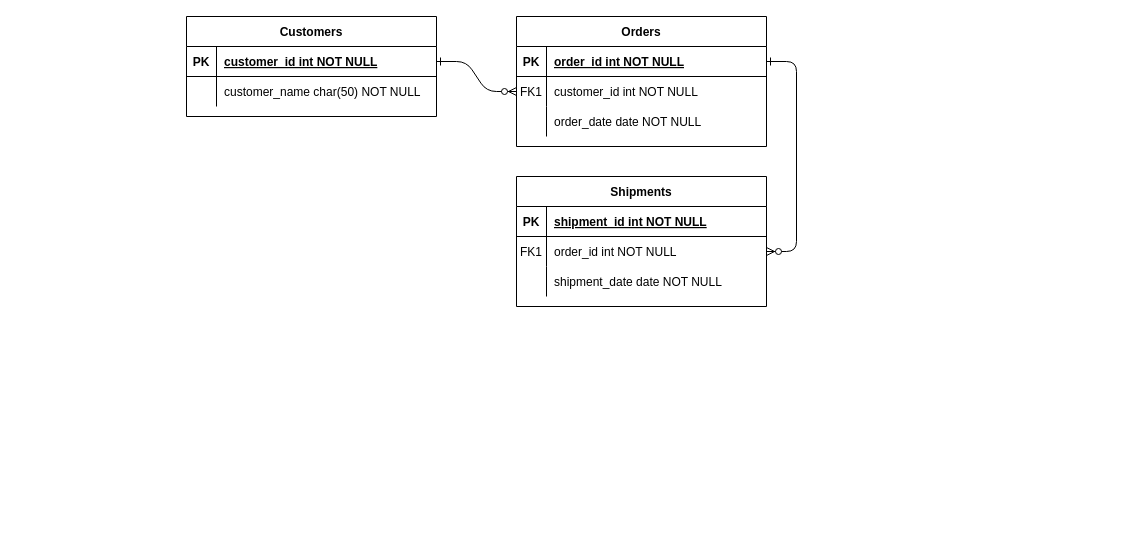
Above: docs/ERD.drawio in JohnTol322/MatchMyMovie (draw.io), before the change. Source tidied: cells renumbered, new cells numbered last; positions are measured from the earlier drawing's top-left corner, leaving out a move shared by most shapes. Both pictures are drawn from the tidied source at 100%, with x=0, y=0 at pixel (186, 16).
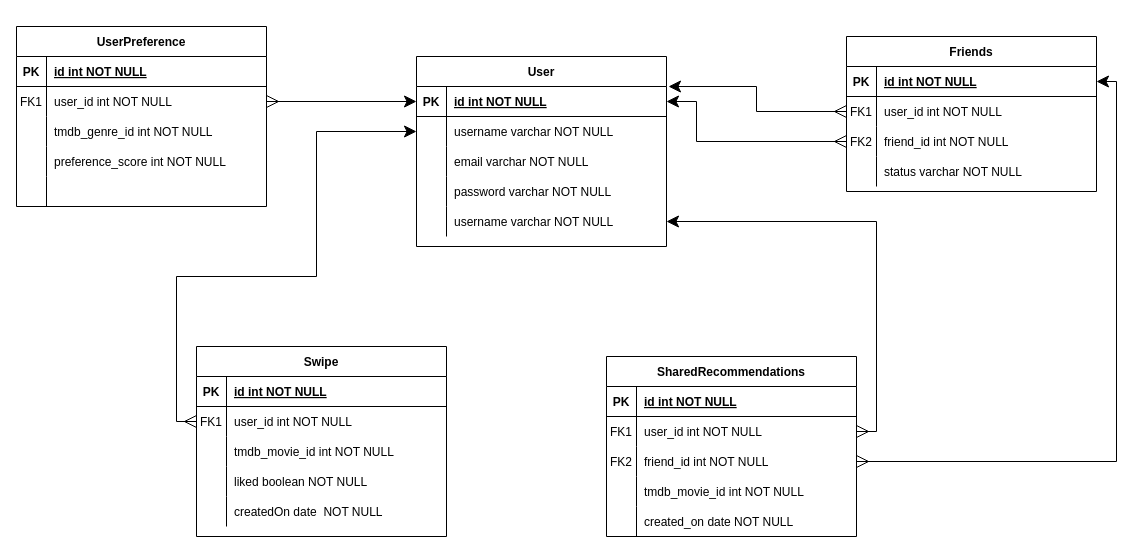
After the change.

Commit message (it also covers changes not shown here):
#23 - Added ERD that describes what the database should look like

The change refers to these unchanged cells:
```xml
<mxCell id="5" style="shape=partialRectangle;fillColor=none;points=[[0,0.5],[1,0.5]];portConstraint=eastwest;top=0;left=0;right=0;bottom=1;" parent="4" vertex="1">
  <mxGeometry y="30" width="250" height="30" as="geometry" />
</mxCell>
<mxCell id="8" style="shape=partialRectangle;fillColor=none;points=[[0,0.5],[1,0.5]];portConstraint=eastwest;top=0;left=0;right=0;bottom=0;" parent="4" vertex="1">
  <mxGeometry y="60" width="250" height="30" as="geometry" />
</mxCell>
<mxCell id="11" style="shape=partialRectangle;fillColor=none;points=[[0,0.5],[1,0.5]];portConstraint=eastwest;top=0;left=0;right=0;bottom=0;" parent="4" vertex="1">
  <mxGeometry y="90" width="250" height="30" as="geometry" />
</mxCell>
<mxCell id="15" style="shape=partialRectangle;fillColor=none;top=0;left=0;right=0;bottom=1;" parent="14" vertex="1">
  <mxGeometry y="30" width="250" height="30" as="geometry" />
</mxCell>
<mxCell id="18" style="shape=partialRectangle;fillColor=none;points=[[0,0.5],[1,0.5]];portConstraint=eastwest;top=0;left=0;right=0;bottom=0;" parent="14" vertex="1">
  <mxGeometry y="60" width="250" height="30" as="geometry" />
</mxCell>
<mxCell id="21" style="shape=partialRectangle;fillColor=none;points=[[0,0.5],[1,0.5]];portConstraint=eastwest;top=0;left=0;right=0;bottom=0;" parent="14" vertex="1">
  <mxGeometry y="90" width="250" height="30" as="geometry" />
</mxCell>
<mxCell id="25" style="shape=partialRectangle;fillColor=none;points=[[0,0.5],[1,0.5]];portConstraint=eastwest;top=0;left=0;right=0;bottom=1;" parent="24" vertex="1">
  <mxGeometry y="30" width="250" height="30" as="geometry" />
</mxCell>
<mxCell id="28" style="shape=partialRectangle;fillColor=none;points=[[0,0.5],[1,0.5]];portConstraint=eastwest;top=0;left=0;right=0;bottom=0;" parent="24" vertex="1">
  <mxGeometry y="60" width="250" height="30" as="geometry" />
</mxCell>
```

Change to the diagram source:
```diff
@@
-    <mxCell id="2" style="edgeStyle=entityRelationEdgeStyle;endArrow=ERzeroToMany;startArrow=ERone;endFill=1;startFill=0;" parent="1" edge="1" source="25" target="8">
-      <mxGeometry relative="1" as="geometry" />
-    </mxCell>
-    <mxCell id="3" style="edgeStyle=entityRelationEdgeStyle;endArrow=ERzeroToMany;startArrow=ERone;endFill=1;startFill=0;" parent="1" edge="1" source="5" target="18">
-      <mxGeometry relative="1" as="geometry" />
-    </mxCell>
-    <mxCell id="4" value="Orders" style="shape=table;startSize=30;childLayout=tableLayout;rowLines=0;fontStyle=1;align=center;" parent="1" vertex="1">
-      <mxGeometry x="330" width="250" height="130" as="geometry" />
+    <mxCell id="4" value="Friends" style="shape=table;startSize=30;childLayout=tableLayout;rowLines=0;fontStyle=1;align=center;" parent="1" vertex="1">
+      <mxGeometry x="660" y="20" width="250" height="155" as="geometry" />
     </mxCell>
@@
-    <mxCell id="7" value="order_id int NOT NULL " style="shape=partialRectangle;overflow=hidden;fillColor=none;top=0;left=0;bottom=0;right=0;align=left;spacingLeft=6;fontStyle=5;" parent="5" vertex="1">
+    <mxCell id="7" value="id int NOT NULL " style="shape=partialRectangle;overflow=hidden;fillColor=none;top=0;left=0;bottom=0;right=0;align=left;spacingLeft=6;fontStyle=5;" parent="5" vertex="1">
       <mxGeometry x="30" width="220" height="30" as="geometry" />
     </mxCell>
@@
-    <mxCell id="10" value="customer_id int NOT NULL" style="shape=partialRectangle;overflow=hidden;fillColor=none;top=0;left=0;bottom=0;right=0;align=left;spacingLeft=6;" parent="8" vertex="1">
+    <mxCell id="10" value="user_id int NOT NULL    " style="shape=partialRectangle;overflow=hidden;fillColor=none;top=0;left=0;bottom=0;right=0;align=left;spacingLeft=6;" parent="8" vertex="1">
       <mxGeometry x="30" width="220" height="30" as="geometry" />
     </mxCell>
@@
-    <mxCell id="12" style="shape=partialRectangle;overflow=hidden;fillColor=none;top=0;left=0;bottom=0;right=0;" parent="11" vertex="1">
+    <mxCell id="12" value="FK2" style="shape=partialRectangle;overflow=hidden;fillColor=none;top=0;left=0;bottom=0;right=0;" parent="11" vertex="1">
       <mxGeometry width="30" height="30" as="geometry" />
     </mxCell>
-    <mxCell id="13" value="order_date date NOT NULL" style="shape=partialRectangle;overflow=hidden;fillColor=none;top=0;left=0;bottom=0;right=0;align=left;spacingLeft=6;" parent="11" vertex="1">
+    <mxCell id="13" value="friend_id int NOT NULL" style="shape=partialRectangle;overflow=hidden;fillColor=none;top=0;left=0;bottom=0;right=0;align=left;spacingLeft=6;" parent="11" vertex="1">
       <mxGeometry x="30" width="220" height="30" as="geometry" />
     </mxCell>
+    <mxCell id="31" style="shape=partialRectangle;fillColor=none;top=0;left=0;right=0;bottom=0;" parent="4" vertex="1">
+      <mxGeometry y="120" width="250" height="30" as="geometry" />
+    </mxCell>
+    <mxCell id="32" style="shape=partialRectangle;overflow=hidden;fillColor=none;top=0;left=0;bottom=0;right=0;" parent="31" vertex="1">
+      <mxGeometry width="30" height="30" as="geometry" />
+    </mxCell>
+    <mxCell id="33" value="status varchar NOT NULL" style="shape=partialRectangle;overflow=hidden;fillColor=none;top=0;left=0;bottom=0;right=0;align=left;spacingLeft=6;" parent="31" vertex="1">
+      <mxGeometry x="30" width="220" height="30" as="geometry" />
+    </mxCell>
-    <mxCell id="14" value="Shipments" style="shape=table;startSize=30;childLayout=tableLayout;rowLines=0;fontStyle=1;align=center;" parent="1" vertex="1">
-      <mxGeometry x="330" y="160" width="250" height="130" as="geometry" />
+    <mxCell id="14" value="SharedRecommendations" style="shape=table;startSize=30;childLayout=tableLayout;rowLines=0;fontStyle=1;align=center;" parent="1" vertex="1">
+      <mxGeometry x="420" y="340" width="250" height="180" as="geometry" />
     </mxCell>
@@
-    <mxCell id="17" value="shipment_id int NOT NULL " style="shape=partialRectangle;overflow=hidden;fillColor=none;top=0;left=0;bottom=0;right=0;align=left;spacingLeft=6;fontStyle=5;" parent="15" vertex="1">
+    <mxCell id="17" value="id int NOT NULL " style="shape=partialRectangle;overflow=hidden;fillColor=none;top=0;left=0;bottom=0;right=0;align=left;spacingLeft=6;fontStyle=5;" parent="15" vertex="1">
       <mxGeometry x="30" width="220" height="30" as="geometry" />
     </mxCell>
@@
-    <mxCell id="20" value="order_id int NOT NULL" style="shape=partialRectangle;overflow=hidden;fillColor=none;top=0;left=0;bottom=0;right=0;align=left;spacingLeft=6;" parent="18" vertex="1">
+    <mxCell id="20" value="user_id int NOT NULL" style="shape=partialRectangle;overflow=hidden;fillColor=none;top=0;left=0;bottom=0;right=0;align=left;spacingLeft=6;" parent="18" vertex="1">
       <mxGeometry x="30" width="220" height="30" as="geometry" />
     </mxCell>
@@
-    <mxCell id="22" style="shape=partialRectangle;overflow=hidden;fillColor=none;top=0;left=0;bottom=0;right=0;" parent="21" vertex="1">
+    <mxCell id="22" value="FK2" style="shape=partialRectangle;overflow=hidden;fillColor=none;top=0;left=0;bottom=0;right=0;" parent="21" vertex="1">
       <mxGeometry width="30" height="30" as="geometry" />
     </mxCell>
-    <mxCell id="23" value="shipment_date date NOT NULL" style="shape=partialRectangle;overflow=hidden;fillColor=none;top=0;left=0;bottom=0;right=0;align=left;spacingLeft=6;" parent="21" vertex="1">
+    <mxCell id="23" value="friend_id int NOT NULL" style="shape=partialRectangle;overflow=hidden;fillColor=none;top=0;left=0;bottom=0;right=0;align=left;spacingLeft=6;" parent="21" vertex="1">
       <mxGeometry x="30" width="220" height="30" as="geometry" />
     </mxCell>
+    <mxCell id="34" style="shape=partialRectangle;fillColor=none;top=0;left=0;right=0;bottom=0;" parent="14" vertex="1">
+      <mxGeometry y="120" width="250" height="30" as="geometry" />
+    </mxCell>
+    <mxCell id="35" style="shape=partialRectangle;overflow=hidden;fillColor=none;top=0;left=0;bottom=0;right=0;" parent="34" vertex="1">
+      <mxGeometry width="30" height="30" as="geometry" />
+    </mxCell>
+    <mxCell id="36" value="tmdb_movie_id int NOT NULL" style="shape=partialRectangle;overflow=hidden;fillColor=none;top=0;left=0;bottom=0;right=0;align=left;spacingLeft=6;" parent="34" vertex="1">
+      <mxGeometry x="30" width="220" height="30" as="geometry" />
+    </mxCell>
+    <mxCell id="37" style="shape=partialRectangle;fillColor=none;top=0;left=0;right=0;bottom=0;" parent="14" vertex="1">
+      <mxGeometry y="150" width="250" height="30" as="geometry" />
+    </mxCell>
+    <mxCell id="38" style="shape=partialRectangle;overflow=hidden;fillColor=none;top=0;left=0;bottom=0;right=0;" parent="37" vertex="1">
+      <mxGeometry width="30" height="30" as="geometry" />
+    </mxCell>
+    <mxCell id="39" value="created_on date NOT NULL" style="shape=partialRectangle;overflow=hidden;fillColor=none;top=0;left=0;bottom=0;right=0;align=left;spacingLeft=6;" parent="37" vertex="1">
+      <mxGeometry x="30" width="220" height="30" as="geometry" />
+    </mxCell>
+    <mxCell id="40" style="edgeStyle=orthogonalEdgeStyle;rounded=0;jettySize=auto;html=1;exitX=1.008;exitY=0.158;exitDx=0;exitDy=0;entryX=0;entryY=0.5;entryDx=0;entryDy=0;exitPerimeter=0;startArrow=classic;startFill=1;endArrow=ERmany;endFill=0;endSize=10;startSize=10;" parent="1" edge="1" source="24" target="8">
+      <mxGeometry relative="1" as="geometry" />
+    </mxCell>
-    <mxCell id="24" value="Customers" style="shape=table;startSize=30;childLayout=tableLayout;rowLines=0;fontStyle=1;align=center;" parent="1" vertex="1">
-      <mxGeometry width="250" height="100" as="geometry" />
+    <mxCell id="24" value="User" style="shape=table;startSize=30;childLayout=tableLayout;rowLines=0;fontStyle=1;align=center;" parent="1" vertex="1">
+      <mxGeometry x="230" y="40" width="250" height="190" as="geometry" />
     </mxCell>
@@
-    <mxCell id="27" value="customer_id int NOT NULL " style="shape=partialRectangle;overflow=hidden;fillColor=none;top=0;left=0;bottom=0;right=0;align=left;spacingLeft=6;fontStyle=5;" parent="25" vertex="1">
+    <mxCell id="27" value="id int NOT NULL " style="shape=partialRectangle;overflow=hidden;fillColor=none;top=0;left=0;bottom=0;right=0;align=left;spacingLeft=6;fontStyle=5;" parent="25" vertex="1">
       <mxGeometry x="30" width="220" height="30" as="geometry" />
     </mxCell>
@@
-    <mxCell id="30" value="customer_name char(50) NOT NULL" style="shape=partialRectangle;overflow=hidden;fillColor=none;top=0;left=0;bottom=0;right=0;align=left;spacingLeft=6;" parent="28" vertex="1">
+    <mxCell id="30" value="username varchar NOT NULL" style="shape=partialRectangle;overflow=hidden;fillColor=none;top=0;left=0;bottom=0;right=0;align=left;spacingLeft=6;" parent="28" vertex="1">
       <mxGeometry x="30" width="220" height="30" as="geometry" />
     </mxCell>
+    <mxCell id="41" style="shape=partialRectangle;fillColor=none;top=0;left=0;right=0;bottom=0;" parent="24" vertex="1">
+      <mxGeometry y="90" width="250" height="30" as="geometry" />
+    </mxCell>
+    <mxCell id="42" style="shape=partialRectangle;overflow=hidden;fillColor=none;top=0;left=0;bottom=0;right=0;" parent="41" vertex="1">
+      <mxGeometry width="30" height="30" as="geometry" />
+    </mxCell>
+    <mxCell id="43" value="email varchar NOT NULL" style="shape=partialRectangle;overflow=hidden;fillColor=none;top=0;left=0;bottom=0;right=0;align=left;spacingLeft=6;" parent="41" vertex="1">
+      <mxGeometry x="30" width="220" height="30" as="geometry" />
+    </mxCell>
+    <mxCell id="44" style="shape=partialRectangle;fillColor=none;top=0;left=0;right=0;bottom=0;" parent="24" vertex="1">
+      <mxGeometry y="120" width="250" height="30" as="geometry" />
+    </mxCell>
+    <mxCell id="45" style="shape=partialRectangle;overflow=hidden;fillColor=none;top=0;left=0;bottom=0;right=0;" parent="44" vertex="1">
+      <mxGeometry width="30" height="30" as="geometry" />
+    </mxCell>
+    <mxCell id="46" value="password varchar NOT NULL" style="shape=partialRectangle;overflow=hidden;fillColor=none;top=0;left=0;bottom=0;right=0;align=left;spacingLeft=6;" parent="44" vertex="1">
+      <mxGeometry x="30" width="220" height="30" as="geometry" />
+    </mxCell>
+    <mxCell id="47" style="shape=partialRectangle;fillColor=none;points=[[0,0.5],[1,0.5]];portConstraint=eastwest;top=0;left=0;right=0;bottom=0;" parent="24" vertex="1">
+      <mxGeometry y="150" width="250" height="30" as="geometry" />
+    </mxCell>
+    <mxCell id="48" style="shape=partialRectangle;overflow=hidden;fillColor=none;top=0;left=0;bottom=0;right=0;" parent="47" vertex="1">
+      <mxGeometry width="30" height="30" as="geometry" />
+    </mxCell>
+    <mxCell id="49" value="username varchar NOT NULL" style="shape=partialRectangle;overflow=hidden;fillColor=none;top=0;left=0;bottom=0;right=0;align=left;spacingLeft=6;" parent="47" vertex="1">
+      <mxGeometry x="30" width="220" height="30" as="geometry" />
+    </mxCell>
+    <mxCell id="50" value="UserPreference" style="shape=table;startSize=30;childLayout=tableLayout;rowLines=0;fontStyle=1;align=center;" parent="1" vertex="1">
+      <mxGeometry x="-170" y="10" width="250" height="180" as="geometry" />
+    </mxCell>
+    <mxCell id="51" style="shape=partialRectangle;fillColor=none;top=0;left=0;right=0;bottom=1;" parent="50" vertex="1">
+      <mxGeometry y="30" width="250" height="30" as="geometry" />
+    </mxCell>
+    <mxCell id="52" value="PK" style="shape=partialRectangle;overflow=hidden;fillColor=none;top=0;left=0;bottom=0;right=0;fontStyle=1;" parent="51" vertex="1">
+      <mxGeometry width="30" height="30" as="geometry" />
+    </mxCell>
+    <mxCell id="53" value="id int NOT NULL " style="shape=partialRectangle;overflow=hidden;fillColor=none;top=0;left=0;bottom=0;right=0;align=left;spacingLeft=6;fontStyle=5;" parent="51" vertex="1">
+      <mxGeometry x="30" width="220" height="30" as="geometry" />
+    </mxCell>
+    <mxCell id="54" style="shape=partialRectangle;fillColor=none;points=[[0,0.5],[1,0.5]];portConstraint=eastwest;top=0;left=0;right=0;bottom=0;" parent="50" vertex="1">
+      <mxGeometry y="60" width="250" height="30" as="geometry" />
+    </mxCell>
+    <mxCell id="55" value="FK1" style="shape=partialRectangle;overflow=hidden;fillColor=none;top=0;left=0;bottom=0;right=0;" parent="54" vertex="1">
+      <mxGeometry width="30" height="30" as="geometry" />
+    </mxCell>
+    <mxCell id="56" value="user_id int NOT NULL" style="shape=partialRectangle;overflow=hidden;fillColor=none;top=0;left=0;bottom=0;right=0;align=left;spacingLeft=6;" parent="54" vertex="1">
+      <mxGeometry x="30" width="220" height="30" as="geometry" />
+    </mxCell>
+    <mxCell id="57" style="shape=partialRectangle;fillColor=none;top=0;left=0;right=0;bottom=0;" parent="50" vertex="1">
+      <mxGeometry y="90" width="250" height="30" as="geometry" />
+    </mxCell>
+    <mxCell id="58" style="shape=partialRectangle;overflow=hidden;fillColor=none;top=0;left=0;bottom=0;right=0;" parent="57" vertex="1">
+      <mxGeometry width="30" height="30" as="geometry" />
+    </mxCell>
+    <mxCell id="59" value="tmdb_genre_id int NOT NULL" style="shape=partialRectangle;overflow=hidden;fillColor=none;top=0;left=0;bottom=0;right=0;align=left;spacingLeft=6;" parent="57" vertex="1">
+      <mxGeometry x="30" width="220" height="30" as="geometry" />
+    </mxCell>
+    <mxCell id="60" style="shape=partialRectangle;fillColor=none;top=0;left=0;right=0;bottom=0;" parent="50" vertex="1">
+      <mxGeometry y="120" width="250" height="30" as="geometry" />
+    </mxCell>
+    <mxCell id="61" style="shape=partialRectangle;overflow=hidden;fillColor=none;top=0;left=0;bottom=0;right=0;" parent="60" vertex="1">
+      <mxGeometry width="30" height="30" as="geometry" />
+    </mxCell>
+    <mxCell id="62" value="preference_score int NOT NULL" style="shape=partialRectangle;overflow=hidden;fillColor=none;top=0;left=0;bottom=0;right=0;align=left;spacingLeft=6;" parent="60" vertex="1">
+      <mxGeometry x="30" width="220" height="30" as="geometry" />
+    </mxCell>
+    <mxCell id="63" style="shape=partialRectangle;fillColor=none;top=0;left=0;right=0;bottom=0;" parent="50" vertex="1">
+      <mxGeometry y="150" width="250" height="30" as="geometry" />
+    </mxCell>
+    <mxCell id="64" style="shape=partialRectangle;overflow=hidden;fillColor=none;top=0;left=0;bottom=0;right=0;" parent="63" vertex="1">
+      <mxGeometry width="30" height="30" as="geometry" />
+    </mxCell>
+    <mxCell id="65" style="shape=partialRectangle;overflow=hidden;fillColor=none;top=0;left=0;bottom=0;right=0;align=left;spacingLeft=6;" parent="63" vertex="1">
+      <mxGeometry x="30" width="220" height="30" as="geometry" />
+    </mxCell>
+    <mxCell id="66" value="Swipe" style="shape=table;startSize=30;childLayout=tableLayout;rowLines=0;fontStyle=1;align=center;" parent="1" vertex="1">
+      <mxGeometry x="10" y="330" width="250" height="190" as="geometry" />
+    </mxCell>
+    <mxCell id="67" style="shape=partialRectangle;fillColor=none;top=0;left=0;right=0;bottom=1;" parent="66" vertex="1">
+      <mxGeometry y="30" width="250" height="30" as="geometry" />
+    </mxCell>
+    <mxCell id="68" value="PK" style="shape=partialRectangle;overflow=hidden;fillColor=none;top=0;left=0;bottom=0;right=0;fontStyle=1;" parent="67" vertex="1">
+      <mxGeometry width="30" height="30" as="geometry" />
+    </mxCell>
+    <mxCell id="69" value="id int NOT NULL " style="shape=partialRectangle;overflow=hidden;fillColor=none;top=0;left=0;bottom=0;right=0;align=left;spacingLeft=6;fontStyle=5;" parent="67" vertex="1">
+      <mxGeometry x="30" width="220" height="30" as="geometry" />
+    </mxCell>
+    <mxCell id="70" style="shape=partialRectangle;fillColor=none;points=[[0,0.5],[1,0.5]];portConstraint=eastwest;top=0;left=0;right=0;bottom=0;" parent="66" vertex="1">
+      <mxGeometry y="60" width="250" height="30" as="geometry" />
+    </mxCell>
+    <mxCell id="71" value="FK1" style="shape=partialRectangle;overflow=hidden;fillColor=none;top=0;left=0;bottom=0;right=0;" parent="70" vertex="1">
+      <mxGeometry width="30" height="30" as="geometry" />
+    </mxCell>
+    <mxCell id="72" value="user_id int NOT NULL" style="shape=partialRectangle;overflow=hidden;fillColor=none;top=0;left=0;bottom=0;right=0;align=left;spacingLeft=6;" parent="70" vertex="1">
+      <mxGeometry x="30" width="220" height="30" as="geometry" />
+    </mxCell>
+    <mxCell id="73" style="shape=partialRectangle;fillColor=none;top=0;left=0;right=0;bottom=0;" parent="66" vertex="1">
+      <mxGeometry y="90" width="250" height="30" as="geometry" />
+    </mxCell>
+    <mxCell id="74" style="shape=partialRectangle;overflow=hidden;fillColor=none;top=0;left=0;bottom=0;right=0;" parent="73" vertex="1">
+      <mxGeometry width="30" height="30" as="geometry" />
+    </mxCell>
+    <mxCell id="75" value="tmdb_movie_id int NOT NULL" style="shape=partialRectangle;overflow=hidden;fillColor=none;top=0;left=0;bottom=0;right=0;align=left;spacingLeft=6;" parent="73" vertex="1">
+      <mxGeometry x="30" width="220" height="30" as="geometry" />
+    </mxCell>
+    <mxCell id="76" style="shape=partialRectangle;fillColor=none;top=0;left=0;right=0;bottom=0;" parent="66" vertex="1">
+      <mxGeometry y="120" width="250" height="30" as="geometry" />
+    </mxCell>
+    <mxCell id="77" style="shape=partialRectangle;overflow=hidden;fillColor=none;top=0;left=0;bottom=0;right=0;" parent="76" vertex="1">
+      <mxGeometry width="30" height="30" as="geometry" />
+    </mxCell>
+    <mxCell id="78" value="liked boolean NOT NULL" style="shape=partialRectangle;overflow=hidden;fillColor=none;top=0;left=0;bottom=0;right=0;align=left;spacingLeft=6;" parent="76" vertex="1">
+      <mxGeometry x="30" width="220" height="30" as="geometry" />
+    </mxCell>
+    <mxCell id="79" style="shape=partialRectangle;fillColor=none;top=0;left=0;right=0;bottom=0;" parent="66" vertex="1">
+      <mxGeometry y="150" width="250" height="30" as="geometry" />
+    </mxCell>
+    <mxCell id="80" style="shape=partialRectangle;overflow=hidden;fillColor=none;top=0;left=0;bottom=0;right=0;" parent="79" vertex="1">
+      <mxGeometry width="30" height="30" as="geometry" />
+    </mxCell>
+    <mxCell id="81" value="createdOn date  NOT NULL" style="shape=partialRectangle;overflow=hidden;fillColor=none;top=0;left=0;bottom=0;right=0;align=left;spacingLeft=6;" parent="79" vertex="1">
+      <mxGeometry x="30" width="220" height="30" as="geometry" />
+    </mxCell>
+    <mxCell id="82" style="edgeStyle=orthogonalEdgeStyle;rounded=0;jettySize=auto;html=1;exitX=1;exitY=0.5;exitDx=0;exitDy=0;startArrow=classic;startFill=1;endArrow=ERmany;endFill=0;endSize=10;startSize=10;" parent="1" edge="1" source="25" target="11">
+      <mxGeometry relative="1" as="geometry">
+        <Array as="points">
+          <mxPoint x="510" y="85" />
+          <mxPoint x="510" y="125" />
+        </Array>
+      </mxGeometry>
+    </mxCell>
+    <mxCell id="83" style="edgeStyle=orthogonalEdgeStyle;rounded=0;jettySize=auto;html=1;exitX=1;exitY=0.5;exitDx=0;exitDy=0;endArrow=ERmany;endFill=0;startArrow=classic;startFill=1;endSize=10;startSize=10;" parent="1" edge="1" source="5" target="21">
+      <mxGeometry relative="1" as="geometry" />
+    </mxCell>
+    <mxCell id="84" style="edgeStyle=orthogonalEdgeStyle;rounded=0;jettySize=auto;html=1;exitX=1;exitY=0.5;exitDx=0;exitDy=0;entryX=1;entryY=0.5;entryDx=0;entryDy=0;endArrow=ERmany;endFill=0;startArrow=classic;startFill=1;endSize=10;startSize=10;" parent="1" edge="1" source="47" target="18">
+      <mxGeometry relative="1" as="geometry" />
+    </mxCell>
+    <mxCell id="85" style="edgeStyle=orthogonalEdgeStyle;rounded=0;jettySize=auto;html=1;exitX=0;exitY=0.5;exitDx=0;exitDy=0;entryX=1;entryY=0.5;entryDx=0;entryDy=0;endArrow=ERmany;endFill=0;startArrow=classic;startFill=1;endSize=10;startSize=10;" parent="1" edge="1" source="25" target="54">
+      <mxGeometry relative="1" as="geometry" />
+    </mxCell>
+    <mxCell id="86" style="edgeStyle=orthogonalEdgeStyle;rounded=0;jettySize=auto;html=1;exitX=0;exitY=0.5;exitDx=0;exitDy=0;entryX=0;entryY=0.5;entryDx=0;entryDy=0;endArrow=ERmany;endFill=0;startArrow=classic;startFill=1;endSize=10;startSize=10;" parent="1" edge="1" source="28" target="70">
+      <mxGeometry relative="1" as="geometry">
+        <Array as="points">
+          <mxPoint x="130" y="115" />
+          <mxPoint x="130" y="260" />
+          <mxPoint x="-10" y="260" />
+          <mxPoint x="-10" y="405" />
+        </Array>
+      </mxGeometry>
+    </mxCell>
```
